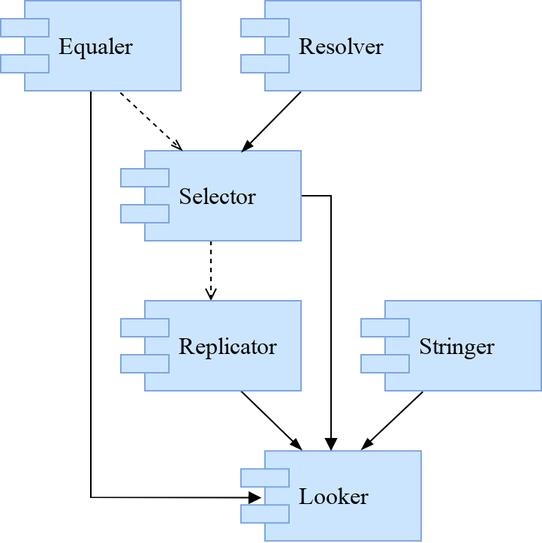
Before: doc/images/ClassDiagram.png, a diagram exported from draw.io (yRodrigo2219/wLooker). Source tidied: cells renumbered, new cells last; positions are measured from the earlier drawing's top-left corner, leaving out a move shared by most shapes.
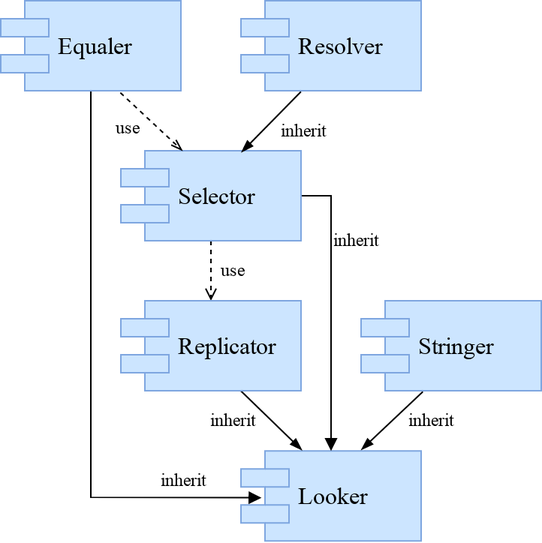
After the change.

Commit message:
Use, inherit

Change to the diagram source:
```diff
@@ -49,5 +49,26 @@
     <mxCell id="14" value="Replicator" style="shape=component;align=left;spacingLeft=36;rounded=1;shadow=0;glass=0;fontFamily=Tahoma;fillColor=#cce5ff;strokeColor=#7EA6E0;fontSize=16;" parent="1" vertex="1">
       <mxGeometry x="80" y="200" width="120" height="60" as="geometry" />
     </mxCell>
+    <mxCell id="15" value="&lt;font face=&quot;Tahoma&quot;&gt;inherit&lt;/font&gt;" style="text;html=1;align=left;verticalAlign=top;spacingTop=-4;" parent="1" vertex="1">
+      <mxGeometry x="105" y="310" width="45" height="20" as="geometry" />
+    </mxCell>
+    <mxCell id="16" value="&lt;font face=&quot;Tahoma&quot;&gt;inherit&lt;/font&gt;" style="text;html=1;align=left;verticalAlign=top;spacingTop=-4;" parent="1" vertex="1">
+      <mxGeometry x="137.5" y="270" width="45" height="20" as="geometry" />
+    </mxCell>
+    <mxCell id="17" value="&lt;font face=&quot;Tahoma&quot;&gt;inherit&lt;/font&gt;" style="text;html=1;align=left;verticalAlign=top;spacingTop=-4;" parent="1" vertex="1">
+      <mxGeometry x="220" y="150" width="45" height="20" as="geometry" />
+    </mxCell>
+    <mxCell id="18" value="&lt;font face=&quot;Tahoma&quot;&gt;inherit&lt;/font&gt;" style="text;html=1;align=left;verticalAlign=top;spacingTop=-4;" parent="1" vertex="1">
+      <mxGeometry x="270" y="270" width="45" height="20" as="geometry" />
+    </mxCell>
+    <mxCell id="19" value="&lt;font face=&quot;Tahoma&quot;&gt;inherit&lt;/font&gt;" style="text;html=1;align=left;verticalAlign=top;spacingTop=-4;" parent="1" vertex="1">
+      <mxGeometry x="185" y="77" width="45" height="20" as="geometry" />
+    </mxCell>
+    <mxCell id="20" value="&lt;font face=&quot;Tahoma&quot;&gt;use&lt;/font&gt;" style="text;html=1;align=left;verticalAlign=top;spacingTop=-4;" parent="1" vertex="1">
+      <mxGeometry x="75" y="75" width="30" height="20" as="geometry" />
+    </mxCell>
+    <mxCell id="21" value="&lt;font face=&quot;Tahoma&quot;&gt;use&lt;/font&gt;" style="text;html=1;align=left;verticalAlign=top;spacingTop=-4;" parent="1" vertex="1">
+      <mxGeometry x="145" y="170" width="30" height="20" as="geometry" />
+    </mxCell>
   </root>
 </mxGraphModel>
```
